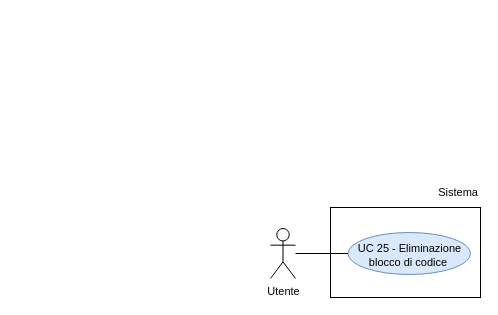
thebitless-group-swe/thebitless.github.io keeps this draw.io diagram as RTB/doc_esterna/analisi-dei-requisiti/assets/draw.io/UC25.drawio. Above is the earlier version. Source tidied: cells renumbered, new cells numbered last; positions are measured from the earlier drawing's top-left corner, leaving out a move shared by most shapes. Both pictures are drawn from the tidied source at 100%, with x=0, y=0 at pixel (270, 177).
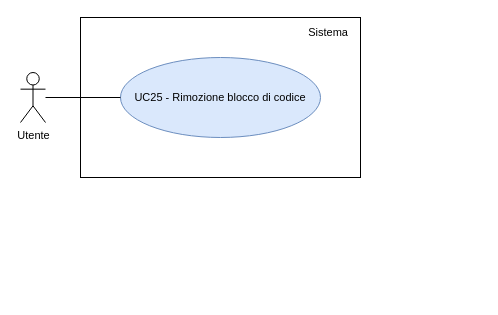
Above is the later version.

Diff of the diagram source:
```diff
@@
 <mxGraphModel>
   <root>
     <mxCell id="0" />
     <mxCell id="1" parent="0" />
     <mxCell id="2" value="Utente" style="shape=umlActor;verticalLabelPosition=bottom;verticalAlign=top;html=1;outlineConnect=0;fontSize=11;" parent="1" vertex="1">
-      <mxGeometry y="51" width="25" height="50" as="geometry" />
+      <mxGeometry x="-250" y="-105" width="25" height="50" as="geometry" />
     </mxCell>
-    <mxCell id="3" style="rounded=0;whiteSpace=wrap;html=1;strokeWidth=1;" parent="1" vertex="1">
-      <mxGeometry x="60" y="30" width="150" height="90" as="geometry" />
-    </mxCell>
+    <mxCell id="8" style="rounded=0;whiteSpace=wrap;html=1;strokeWidth=1;" parent="1" vertex="1">
+      <mxGeometry x="-190" y="-160" width="280" height="160" as="geometry" />
+    </mxCell>
     <mxCell id="4" value="Sistema" style="text;html=1;whiteSpace=wrap;strokeColor=none;fillColor=none;align=right;verticalAlign=middle;fontSize=11;" parent="1" vertex="1">
-      <mxGeometry x="150" width="60" height="30" as="geometry" />
+      <mxGeometry x="10" y="-155" width="70" height="20" as="geometry" />
     </mxCell>
-    <mxCell id="5" value="UC 25 - Eliminazione blocco di codice&amp;nbsp;" style="ellipse;whiteSpace=wrap;html=1;fillColor=#dae8fc;strokeColor=#6c8ebf;fontSize=11;convertToSvg=1;svgWhiteSpace=wrap;labelBorderColor=none;labelBackgroundColor=none;spacingBottom=-4;" parent="1" vertex="1">
-      <mxGeometry x="77.5" y="55" width="122.5" height="42" as="geometry" />
-    </mxCell>
-    <mxCell id="6" style="edgeStyle=none;rounded=0;jettySize=auto;html=1;endArrow=none;endFill=0;" parent="1" edge="1" source="2" target="5">
-      <mxGeometry relative="1" as="geometry" />
-    </mxCell>
-    <mxCell id="7" style="edgeStyle=orthogonalEdgeStyle;rounded=0;orthogonalLoop=1;jettySize=auto;html=1;exitX=0.5;exitY=1;exitDx=0;exitDy=0;" parent="1" edge="1" source="4" target="4">
-      <mxGeometry relative="1" as="geometry" />
-    </mxCell>
+    <mxCell id="9" value="UC25 - Rimozione blocco di codice" style="ellipse;whiteSpace=wrap;html=1;fillColor=#dae8fc;strokeColor=#6c8ebf;fontSize=11;" parent="1" vertex="1">
+      <mxGeometry x="-150" y="-120" width="200" height="80" as="geometry" />
+    </mxCell>
+    <mxCell id="10" style="edgeStyle=none;rounded=0;jettySize=auto;html=1;endArrow=none;endFill=0;" parent="1" edge="1" source="2" target="9">
+      <mxGeometry relative="1" as="geometry" />
+    </mxCell>
   </root>
 </mxGraphModel>
```
